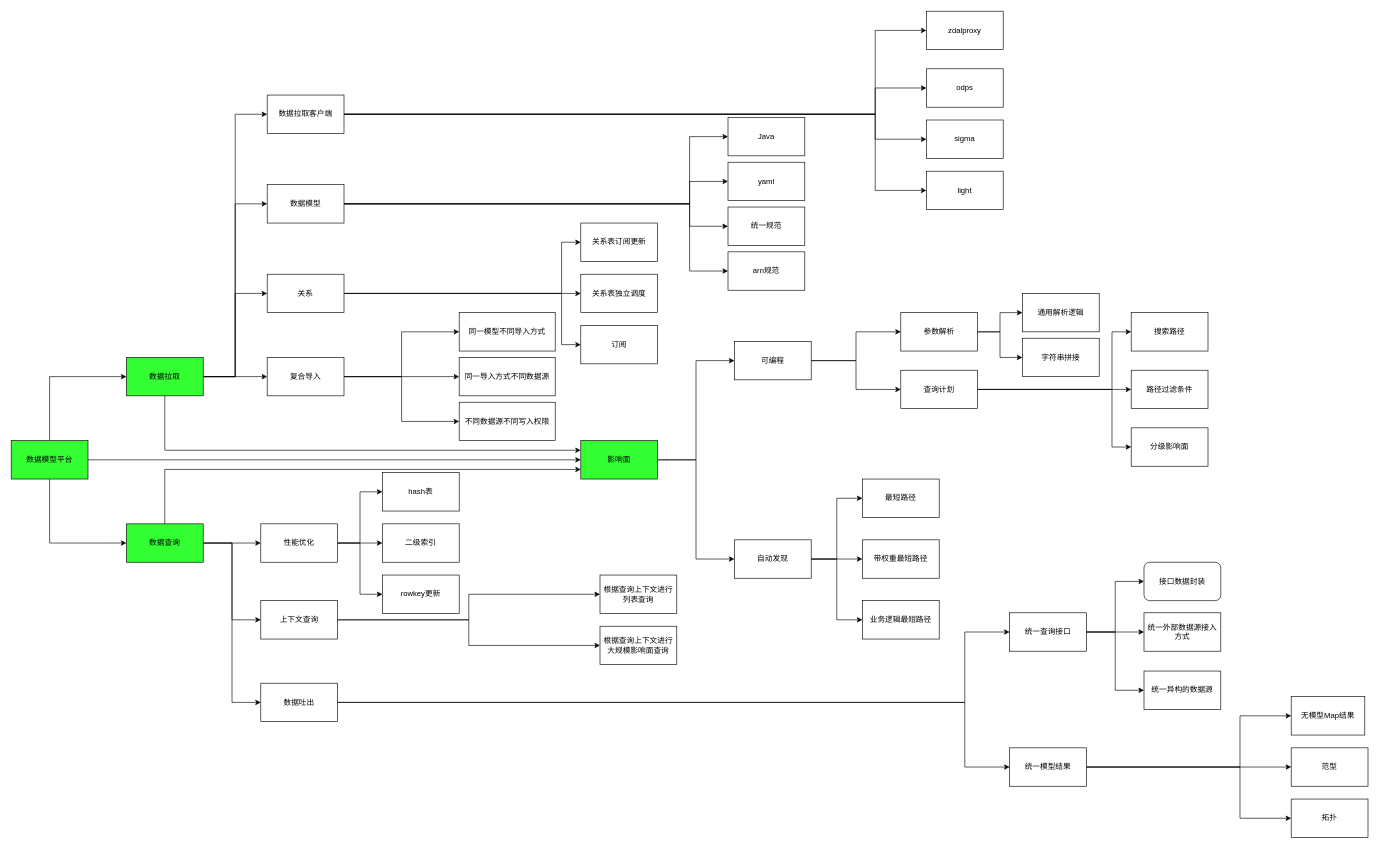
The draw.io diagram 影响面科技树.drawio in frankneu/draw.io, before the edit. Source tidied: cells renumbered, new cells numbered last; positions are measured from the earlier drawing's top-left corner, leaving out a move shared by most shapes. Both pictures are drawn from the tidied source at 64%, with x=0, y=0 at pixel (11, 11).
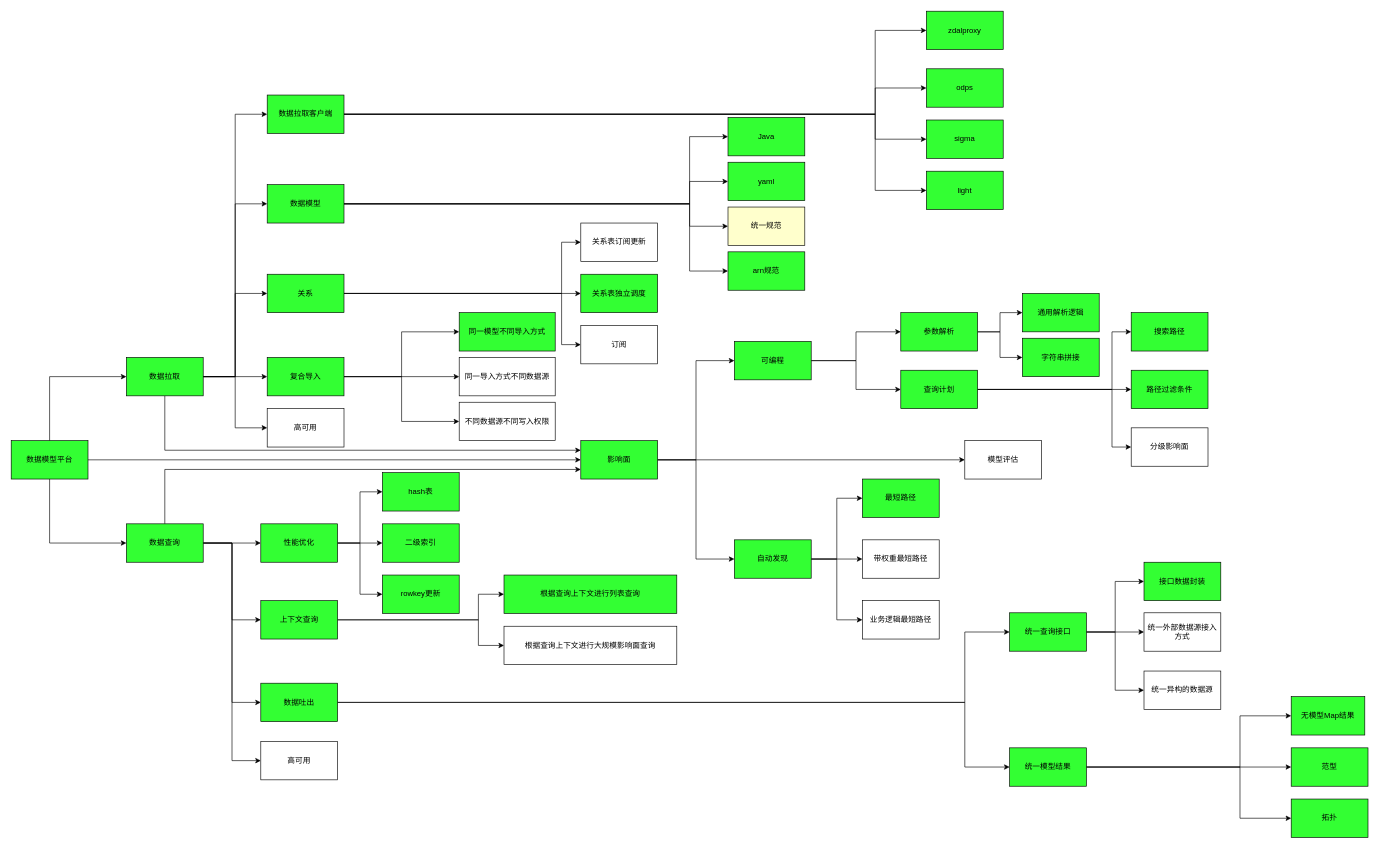
After the change.

Commit message:
Update 影响面科技树.drawio

The change refers to these unchanged cells:
```xml
<mxCell id="11" value="数据拉取" style="rounded=0;whiteSpace=wrap;html=1;fillColor=#33FF33;" parent="1" vertex="1">
  <mxGeometry x="180" y="541" width="120" height="60" as="geometry" />
</mxCell>
<mxCell id="16" value="数据查询" style="rounded=0;whiteSpace=wrap;html=1;fillColor=#33FF33;" parent="1" vertex="1">
  <mxGeometry x="180" y="801" width="120" height="60" as="geometry" />
</mxCell>
<mxCell id="19" value="影响面" style="rounded=0;whiteSpace=wrap;html=1;fillColor=#33FF33;" parent="1" vertex="1">
  <mxGeometry x="890" y="671" width="120" height="60" as="geometry" />
</mxCell>
```

Diff of the diagram source:
```diff
@@
+    <mxCell id="103" style="edgeStyle=orthogonalEdgeStyle;rounded=0;jettySize=auto;html=1;exitX=1;exitY=0.5;exitDx=0;exitDy=0;entryX=0;entryY=0.5;entryDx=0;entryDy=0;" parent="1" edge="1" source="11" target="106">
+      <mxGeometry relative="1" as="geometry" />
+    </mxCell>
@@
+    <mxCell id="104" style="edgeStyle=orthogonalEdgeStyle;rounded=0;jettySize=auto;html=1;exitX=1;exitY=0.5;exitDx=0;exitDy=0;entryX=0;entryY=0.5;entryDx=0;entryDy=0;" parent="1" edge="1" source="16" target="107">
+      <mxGeometry relative="1" as="geometry" />
+    </mxCell>
@@
+    <mxCell id="105" style="edgeStyle=orthogonalEdgeStyle;rounded=0;jettySize=auto;html=1;exitX=1;exitY=0.5;exitDx=0;exitDy=0;entryX=0;entryY=0.5;entryDx=0;entryDy=0;fillColor=#33FF33;" parent="1" edge="1" source="19" target="108">
+      <mxGeometry relative="1" as="geometry" />
+    </mxCell>
@@
-    <mxCell id="24" value="数据拉取客户端" style="rounded=0;whiteSpace=wrap;html=1;" parent="1" vertex="1">
+    <mxCell id="24" value="数据拉取客户端" style="rounded=0;whiteSpace=wrap;html=1;fillColor=#33FF33;" parent="1" vertex="1">
       <mxGeometry x="400" y="131" width="120" height="60" as="geometry" />
     </mxCell>
@@
-    <mxCell id="29" value="数据模型" style="rounded=0;whiteSpace=wrap;html=1;" parent="1" vertex="1">
+    <mxCell id="29" value="数据模型" style="rounded=0;whiteSpace=wrap;html=1;fillColor=#33FF33;" parent="1" vertex="1">
       <mxGeometry x="400" y="271" width="120" height="60" as="geometry" />
     </mxCell>
@@
-    <mxCell id="32" value="关系" style="rounded=0;whiteSpace=wrap;html=1;" parent="1" vertex="1">
+    <mxCell id="32" value="关系" style="rounded=0;whiteSpace=wrap;html=1;fillColor=#33FF33;" parent="1" vertex="1">
       <mxGeometry x="400" y="411" width="120" height="60" as="geometry" />
     </mxCell>
@@
-    <mxCell id="36" value="复合导入" style="rounded=0;whiteSpace=wrap;html=1;" parent="1" vertex="1">
+    <mxCell id="36" value="复合导入" style="rounded=0;whiteSpace=wrap;html=1;fillColor=#33FF33;" parent="1" vertex="1">
       <mxGeometry x="400" y="541" width="120" height="60" as="geometry" />
     </mxCell>
@@
-    <mxCell id="40" value="性能优化" style="rounded=0;whiteSpace=wrap;html=1;" parent="1" vertex="1">
+    <mxCell id="40" value="性能优化" style="rounded=0;whiteSpace=wrap;html=1;fillColor=#33FF33;" parent="1" vertex="1">
       <mxGeometry x="390" y="801" width="120" height="60" as="geometry" />
     </mxCell>
     <mxCell id="41" style="edgeStyle=orthogonalEdgeStyle;rounded=0;jettySize=auto;html=1;exitX=1;exitY=0.5;exitDx=0;exitDy=0;entryX=0;entryY=0.5;entryDx=0;entryDy=0;" parent="1" edge="1" source="43" target="72">
-      <mxGeometry relative="1" as="geometry" />
+      <mxGeometry relative="1" as="geometry">
+        <Array as="points">
+          <mxPoint x="730" y="951" />
+          <mxPoint x="730" y="911" />
+        </Array>
+      </mxGeometry>
     </mxCell>
     <mxCell id="42" style="edgeStyle=orthogonalEdgeStyle;rounded=0;jettySize=auto;html=1;exitX=1;exitY=0.5;exitDx=0;exitDy=0;entryX=0;entryY=0.5;entryDx=0;entryDy=0;" parent="1" edge="1" source="43" target="73">
-      <mxGeometry relative="1" as="geometry" />
+      <mxGeometry relative="1" as="geometry">
+        <Array as="points">
+          <mxPoint x="730" y="951" />
+          <mxPoint x="730" y="991" />
+        </Array>
+      </mxGeometry>
     </mxCell>
-    <mxCell id="43" value="上下文查询" style="rounded=0;whiteSpace=wrap;html=1;" parent="1" vertex="1">
+    <mxCell id="43" value="上下文查询" style="rounded=0;whiteSpace=wrap;html=1;fillColor=#33FF33;" parent="1" vertex="1">
       <mxGeometry x="390" y="921" width="120" height="60" as="geometry" />
     </mxCell>
@@
-    <mxCell id="46" value="数据吐出" style="rounded=0;whiteSpace=wrap;html=1;" parent="1" vertex="1">
+    <mxCell id="46" value="数据吐出" style="rounded=0;whiteSpace=wrap;html=1;fillColor=#33FF33;" parent="1" vertex="1">
       <mxGeometry x="390" y="1050" width="120" height="60" as="geometry" />
     </mxCell>
@@
-    <mxCell id="49" value="可编程" style="rounded=0;whiteSpace=wrap;html=1;" parent="1" vertex="1">
+    <mxCell id="49" value="可编程" style="rounded=0;whiteSpace=wrap;html=1;fillColor=#33FF33;" parent="1" vertex="1">
       <mxGeometry x="1130" y="516" width="120" height="60" as="geometry" />
     </mxCell>
@@
-    <mxCell id="53" value="自动发现" style="rounded=0;whiteSpace=wrap;html=1;" parent="1" vertex="1">
+    <mxCell id="53" value="自动发现" style="rounded=0;whiteSpace=wrap;html=1;fillColor=#33FF33;" parent="1" vertex="1">
       <mxGeometry x="1130" y="826" width="120" height="60" as="geometry" />
     </mxCell>
-    <mxCell id="54" value="zdalproxy" style="rounded=0;whiteSpace=wrap;html=1;" parent="1" vertex="1">
+    <mxCell id="54" value="zdalproxy" style="rounded=0;whiteSpace=wrap;html=1;fillColor=#33FF33;" parent="1" vertex="1">
       <mxGeometry x="1430" width="120" height="60" as="geometry" />
     </mxCell>
-    <mxCell id="55" value="odps" style="rounded=0;whiteSpace=wrap;html=1;" parent="1" vertex="1">
+    <mxCell id="55" value="odps" style="rounded=0;whiteSpace=wrap;html=1;fillColor=#33FF33;" parent="1" vertex="1">
       <mxGeometry x="1430" y="90" width="120" height="60" as="geometry" />
     </mxCell>
-    <mxCell id="56" value="sigma" style="rounded=0;whiteSpace=wrap;html=1;" parent="1" vertex="1">
+    <mxCell id="56" value="sigma" style="rounded=0;whiteSpace=wrap;html=1;fillColor=#33FF33;" parent="1" vertex="1">
       <mxGeometry x="1430" y="170" width="120" height="60" as="geometry" />
     </mxCell>
-    <mxCell id="57" value="light" style="rounded=0;whiteSpace=wrap;html=1;" parent="1" vertex="1">
+    <mxCell id="57" value="light" style="rounded=0;whiteSpace=wrap;html=1;fillColor=#33FF33;" parent="1" vertex="1">
       <mxGeometry x="1430" y="250" width="120" height="60" as="geometry" />
     </mxCell>
-    <mxCell id="58" value="Java" style="rounded=0;whiteSpace=wrap;html=1;" parent="1" vertex="1">
+    <mxCell id="58" value="Java" style="rounded=0;whiteSpace=wrap;html=1;fillColor=#33FF33;" parent="1" vertex="1">
       <mxGeometry x="1120" y="166" width="120" height="60" as="geometry" />
     </mxCell>
-    <mxCell id="59" value="yaml" style="rounded=0;whiteSpace=wrap;html=1;" parent="1" vertex="1">
+    <mxCell id="59" value="yaml" style="rounded=0;whiteSpace=wrap;html=1;fillColor=#33FF33;" parent="1" vertex="1">
       <mxGeometry x="1120" y="236" width="120" height="60" as="geometry" />
     </mxCell>
-    <mxCell id="60" value="统一规范" style="rounded=0;whiteSpace=wrap;html=1;" parent="1" vertex="1">
+    <mxCell id="60" value="统一规范" style="rounded=0;whiteSpace=wrap;html=1;fillColor=#FFFFCC;" parent="1" vertex="1">
       <mxGeometry x="1120" y="306" width="120" height="60" as="geometry" />
     </mxCell>
-    <mxCell id="61" value="arn规范" style="rounded=0;whiteSpace=wrap;html=1;" parent="1" vertex="1">
+    <mxCell id="61" value="arn规范" style="rounded=0;whiteSpace=wrap;html=1;fillColor=#33FF33;" parent="1" vertex="1">
       <mxGeometry x="1120" y="376" width="120" height="60" as="geometry" />
     </mxCell>
-    <mxCell id="62" value="关系表独立调度" style="rounded=0;whiteSpace=wrap;html=1;" parent="1" vertex="1">
+    <mxCell id="62" value="关系表独立调度" style="rounded=0;whiteSpace=wrap;html=1;fillColor=#33FF33;" parent="1" vertex="1">
       <mxGeometry x="890" y="411" width="120" height="60" as="geometry" />
     </mxCell>
@@
-    <mxCell id="66" value="同一模型不同导入方式" style="rounded=0;whiteSpace=wrap;html=1;" parent="1" vertex="1">
+    <mxCell id="66" value="同一模型不同导入方式" style="rounded=0;whiteSpace=wrap;html=1;fillColor=#33FF33;" parent="1" vertex="1">
       <mxGeometry x="700" y="471" width="150" height="60" as="geometry" />
     </mxCell>
@@
-    <mxCell id="69" value="hash表" style="rounded=0;whiteSpace=wrap;html=1;" parent="1" vertex="1">
+    <mxCell id="69" value="hash表" style="rounded=0;whiteSpace=wrap;html=1;fillColor=#33FF33;" parent="1" vertex="1">
       <mxGeometry x="580" y="721" width="120" height="60" as="geometry" />
     </mxCell>
-    <mxCell id="70" value="二级索引" style="rounded=0;whiteSpace=wrap;html=1;" parent="1" vertex="1">
+    <mxCell id="70" value="二级索引" style="rounded=0;whiteSpace=wrap;html=1;fillColor=#33FF33;" parent="1" vertex="1">
       <mxGeometry x="580" y="801" width="120" height="60" as="geometry" />
     </mxCell>
-    <mxCell id="71" value="rowkey更新" style="rounded=0;whiteSpace=wrap;html=1;" parent="1" vertex="1">
+    <mxCell id="71" value="rowkey更新" style="rounded=0;whiteSpace=wrap;html=1;fillColor=#33FF33;" parent="1" vertex="1">
       <mxGeometry x="580" y="881" width="120" height="60" as="geometry" />
     </mxCell>
-    <mxCell id="72" value="根据查询上下文进行列表查询" style="rounded=0;whiteSpace=wrap;html=1;" parent="1" vertex="1">
-      <mxGeometry x="920" y="881" width="120" height="60" as="geometry" />
+    <mxCell id="72" value="根据查询上下文进行列表查询" style="rounded=0;whiteSpace=wrap;html=1;fillColor=#33FF33;" parent="1" vertex="1">
+      <mxGeometry x="770" y="881" width="270" height="60" as="geometry" />
     </mxCell>
     <mxCell id="73" value="根据查询上下文进行大规模影响面查询" style="rounded=0;whiteSpace=wrap;html=1;" parent="1" vertex="1">
-      <mxGeometry x="920" y="961" width="120" height="60" as="geometry" />
+      <mxGeometry x="770" y="961" width="270" height="60" as="geometry" />
     </mxCell>
@@
-    <mxCell id="77" value="统一查询接口" style="rounded=0;whiteSpace=wrap;html=1;" parent="1" vertex="1">
+    <mxCell id="77" value="统一查询接口" style="rounded=0;whiteSpace=wrap;html=1;fillColor=#33FF33;" parent="1" vertex="1">
       <mxGeometry x="1560" y="940" width="120" height="60" as="geometry" />
     </mxCell>
@@
-    <mxCell id="81" value="统一模型结果" style="rounded=0;whiteSpace=wrap;html=1;" parent="1" vertex="1">
+    <mxCell id="81" value="统一模型结果" style="rounded=0;whiteSpace=wrap;html=1;fillColor=#33FF33;" parent="1" vertex="1">
       <mxGeometry x="1560" y="1151" width="120" height="60" as="geometry" />
     </mxCell>
-    <mxCell id="82" value="接口数据封装" style="rounded=1;whiteSpace=wrap;html=1;" parent="1" vertex="1">
+    <mxCell id="82" value="接口数据封装" style="rounded=1;whiteSpace=wrap;html=1;arcSize=0;fillColor=#33FF33;" parent="1" vertex="1">
       <mxGeometry x="1770" y="861" width="120" height="60" as="geometry" />
     </mxCell>
@@
-    <mxCell id="85" value="无模型Map结果" style="rounded=0;whiteSpace=wrap;html=1;" parent="1" vertex="1">
+    <mxCell id="85" value="无模型Map结果" style="rounded=0;whiteSpace=wrap;html=1;fillColor=#33FF33;" parent="1" vertex="1">
       <mxGeometry x="2000" y="1071" width="115" height="60" as="geometry" />
     </mxCell>
-    <mxCell id="86" value="范型" style="rounded=0;whiteSpace=wrap;html=1;" parent="1" vertex="1">
+    <mxCell id="86" value="范型" style="rounded=0;whiteSpace=wrap;html=1;fillColor=#33FF33;" parent="1" vertex="1">
       <mxGeometry x="2000" y="1151" width="120" height="60" as="geometry" />
     </mxCell>
-    <mxCell id="87" value="拓扑" style="rounded=0;whiteSpace=wrap;html=1;" parent="1" vertex="1">
+    <mxCell id="87" value="拓扑" style="rounded=0;whiteSpace=wrap;html=1;fillColor=#33FF33;" parent="1" vertex="1">
       <mxGeometry x="2000" y="1231" width="120" height="60" as="geometry" />
     </mxCell>
-    <mxCell id="88" style="edgeStyle=orthogonalEdgeStyle;rounded=0;jettySize=auto;html=1;exitX=1;exitY=0.5;exitDx=0;exitDy=0;entryX=0;entryY=0.5;entryDx=0;entryDy=0;" parent="1" edge="1" source="90" target="99">
+    <mxCell id="88" style="edgeStyle=orthogonalEdgeStyle;rounded=0;jettySize=auto;html=1;exitX=1;exitY=0.5;exitDx=0;exitDy=0;entryX=0;entryY=0.5;entryDx=0;entryDy=0;fillColor=#33FF33;" parent="1" edge="1" source="90" target="99">
       <mxGeometry relative="1" as="geometry" />
     </mxCell>
-    <mxCell id="89" style="edgeStyle=orthogonalEdgeStyle;rounded=0;jettySize=auto;html=1;exitX=1;exitY=0.5;exitDx=0;exitDy=0;entryX=0;entryY=0.5;entryDx=0;entryDy=0;" parent="1" edge="1" source="90" target="98">
+    <mxCell id="89" style="edgeStyle=orthogonalEdgeStyle;rounded=0;jettySize=auto;html=1;exitX=1;exitY=0.5;exitDx=0;exitDy=0;entryX=0;entryY=0.5;entryDx=0;entryDy=0;fillColor=#33FF33;" parent="1" edge="1" source="90" target="98">
       <mxGeometry relative="1" as="geometry" />
     </mxCell>
-    <mxCell id="90" value="参数解析" style="rounded=0;whiteSpace=wrap;html=1;" parent="1" vertex="1">
+    <mxCell id="90" value="参数解析" style="rounded=0;whiteSpace=wrap;html=1;fillColor=#33FF33;" parent="1" vertex="1">
       <mxGeometry x="1390" y="471" width="120" height="60" as="geometry" />
     </mxCell>
-    <mxCell id="91" style="edgeStyle=orthogonalEdgeStyle;rounded=0;jettySize=auto;html=1;exitX=1;exitY=0.5;exitDx=0;exitDy=0;entryX=0;entryY=0.5;entryDx=0;entryDy=0;" parent="1" edge="1" source="94" target="101">
+    <mxCell id="91" style="edgeStyle=orthogonalEdgeStyle;rounded=0;jettySize=auto;html=1;exitX=1;exitY=0.5;exitDx=0;exitDy=0;entryX=0;entryY=0.5;entryDx=0;entryDy=0;fillColor=#33FF33;" parent="1" edge="1" source="94" target="101">
       <mxGeometry relative="1" as="geometry" />
     </mxCell>
@@
-    <mxCell id="93" style="edgeStyle=orthogonalEdgeStyle;rounded=0;jettySize=auto;html=1;exitX=1;exitY=0.5;exitDx=0;exitDy=0;entryX=0;entryY=0.5;entryDx=0;entryDy=0;" parent="1" edge="1" source="94" target="100">
+    <mxCell id="93" style="edgeStyle=orthogonalEdgeStyle;rounded=0;jettySize=auto;html=1;exitX=1;exitY=0.5;exitDx=0;exitDy=0;entryX=0;entryY=0.5;entryDx=0;entryDy=0;fillColor=#33FF33;" parent="1" edge="1" source="94" target="100">
       <mxGeometry relative="1" as="geometry">
         <Array as="points">
           <mxPoint x="1720" y="591" />
           <mxPoint x="1720" y="501" />
         </Array>
       </mxGeometry>
     </mxCell>
-    <mxCell id="94" value="查询计划" style="rounded=0;whiteSpace=wrap;html=1;" parent="1" vertex="1">
+    <mxCell id="94" value="查询计划" style="rounded=0;whiteSpace=wrap;html=1;fillColor=#33FF33;" parent="1" vertex="1">
       <mxGeometry x="1390" y="561" width="120" height="60" as="geometry" />
     </mxCell>
-    <mxCell id="95" value="最短路径" style="rounded=0;whiteSpace=wrap;html=1;" parent="1" vertex="1">
+    <mxCell id="95" value="最短路径" style="rounded=0;whiteSpace=wrap;html=1;fillColor=#33FF33;" parent="1" vertex="1">
       <mxGeometry x="1330" y="731" width="120" height="60" as="geometry" />
     </mxCell>
@@
-    <mxCell id="98" value="通用解析逻辑" style="rounded=0;whiteSpace=wrap;html=1;" parent="1" vertex="1">
+    <mxCell id="98" value="通用解析逻辑" style="rounded=0;whiteSpace=wrap;html=1;fillColor=#33FF33;" parent="1" vertex="1">
       <mxGeometry x="1580" y="441" width="120" height="60" as="geometry" />
     </mxCell>
-    <mxCell id="99" value="字符串拼接" style="rounded=0;whiteSpace=wrap;html=1;" parent="1" vertex="1">
+    <mxCell id="99" value="字符串拼接" style="rounded=0;whiteSpace=wrap;html=1;fillColor=#33FF33;" parent="1" vertex="1">
       <mxGeometry x="1580" y="511" width="120" height="60" as="geometry" />
     </mxCell>
-    <mxCell id="100" value="搜索路径" style="rounded=0;whiteSpace=wrap;html=1;" parent="1" vertex="1">
+    <mxCell id="100" value="搜索路径" style="rounded=0;whiteSpace=wrap;html=1;fillColor=#33FF33;" parent="1" vertex="1">
       <mxGeometry x="1750" y="471" width="120" height="60" as="geometry" />
     </mxCell>
-    <mxCell id="101" value="路径过滤条件" style="rounded=0;whiteSpace=wrap;html=1;" parent="1" vertex="1">
+    <mxCell id="101" value="路径过滤条件" style="rounded=0;whiteSpace=wrap;html=1;fillColor=#33FF33;" parent="1" vertex="1">
       <mxGeometry x="1750" y="561" width="120" height="60" as="geometry" />
     </mxCell>
@@
+    <mxCell id="106" value="高可用" style="rounded=0;whiteSpace=wrap;html=1;" parent="1" vertex="1">
+      <mxGeometry x="400" y="621" width="120" height="60" as="geometry" />
+    </mxCell>
+    <mxCell id="107" value="高可用" style="rounded=0;whiteSpace=wrap;html=1;" parent="1" vertex="1">
+      <mxGeometry x="390" y="1141" width="120" height="60" as="geometry" />
+    </mxCell>
+    <mxCell id="108" value="模型评估" style="rounded=0;whiteSpace=wrap;html=1;fillColor=none;" parent="1" vertex="1">
+      <mxGeometry x="1490" y="671" width="120" height="60" as="geometry" />
+    </mxCell>
```
